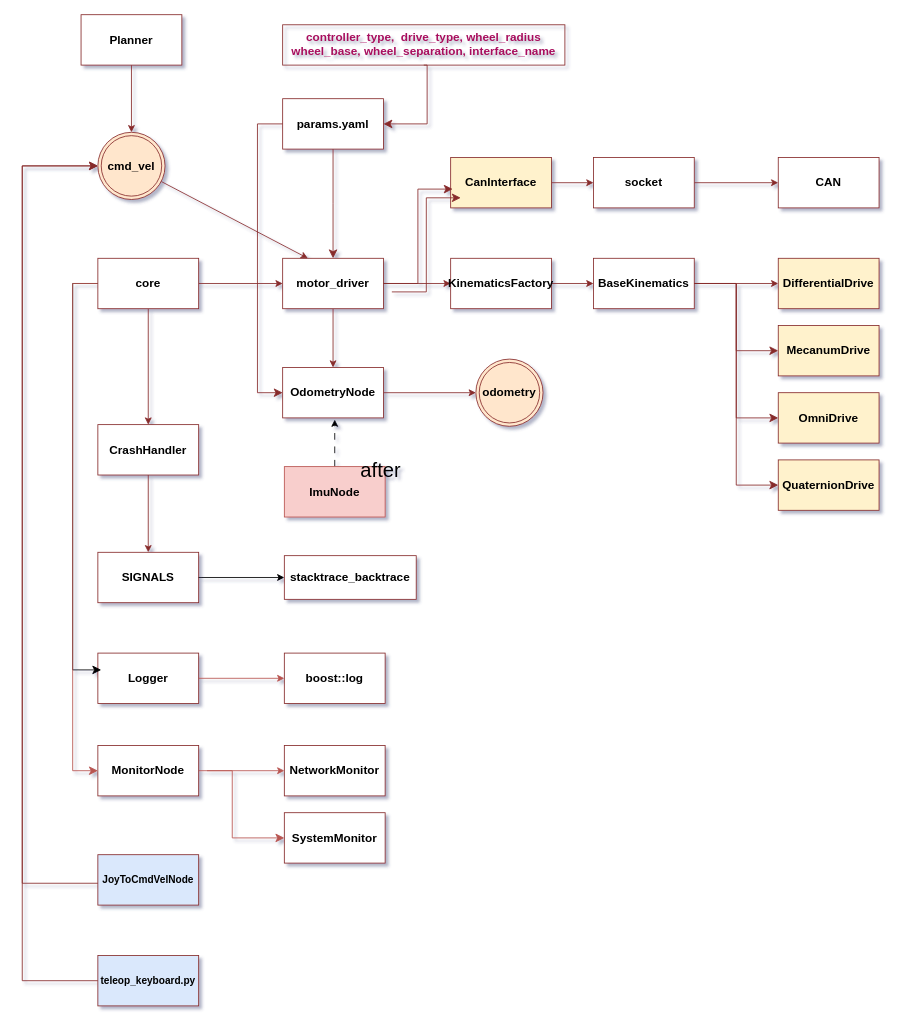
Above: src/inabot_core/core.drawio in seonghunyun7/inabot (draw.io), before the change. Source tidied: cells renumbered, new cells numbered last; positions are measured from the earlier drawing's top-left corner, leaving out a move shared by most shapes. Both pictures are drawn from the tidied source at 84%, with x=0, y=0 at pixel (22, 14).
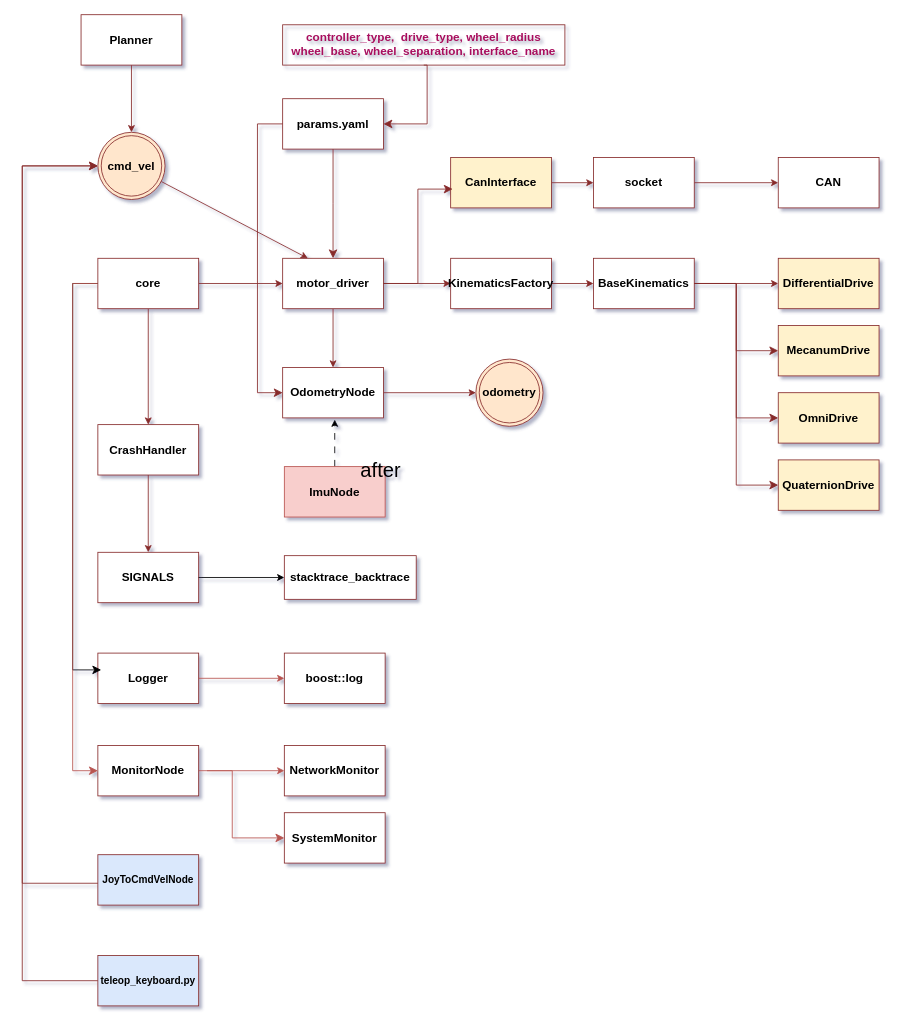
After the change.

Change to the diagram source:
```diff
@@
-    <mxCell id="58" style="edgeStyle=elbowEdgeStyle;elbow=horizontal;endArrow=classic;html=1;curved=0;rounded=0;endSize=8;startSize=8;exitX=1;exitY=0.5;exitDx=0;exitDy=0;entryX=0.02;entryY=0.627;entryDx=0;entryDy=0;entryPerimeter=0;strokeColor=light-dark(#872c2c, #ededed);fontStyle=1;fontSize=14;" parent="1" edge="1">
-      <mxGeometry relative="1" as="geometry">
-        <mxPoint x="440" y="330" as="sourcePoint" />
-        <mxPoint x="522" y="218" as="targetPoint" />
-      </mxGeometry>
-    </mxCell>
```
